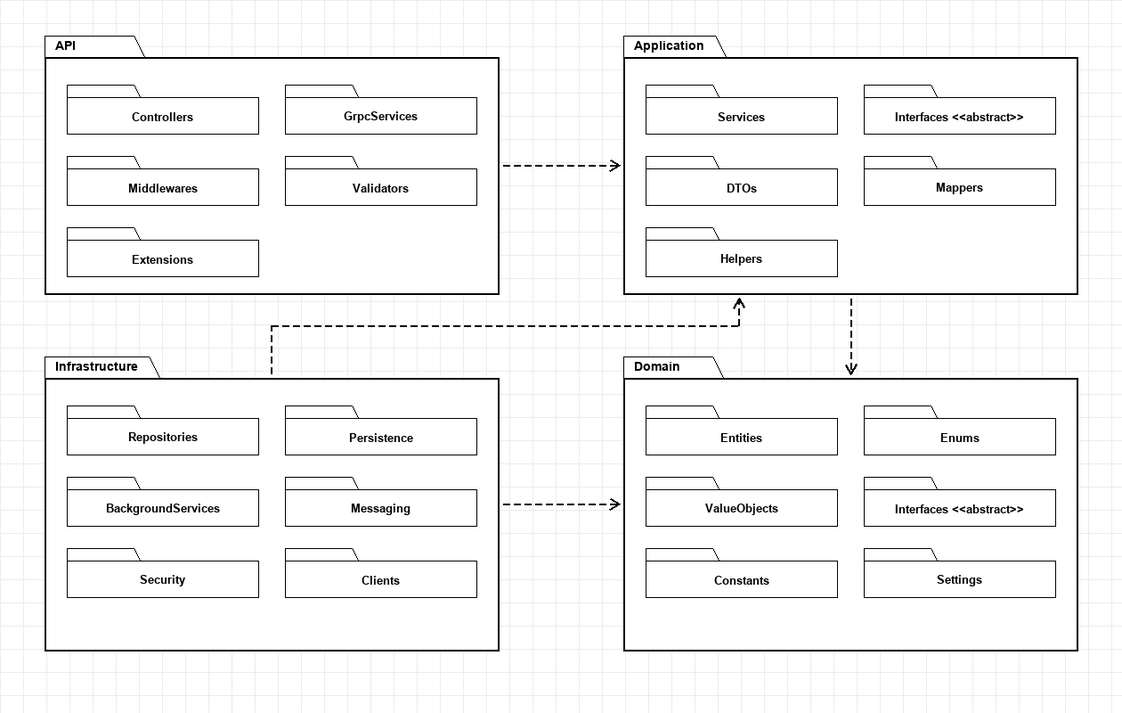
Earlier version of the PlantUML export .agents/resources/package diagram/backend-clean-architecture-package-diagram.png (WarpTalk-CapstoneProject/warptalk-backend). Its source is kept beside it as .agents/resources/package diagram/backend-clean-architecture-package-diagram.puml.
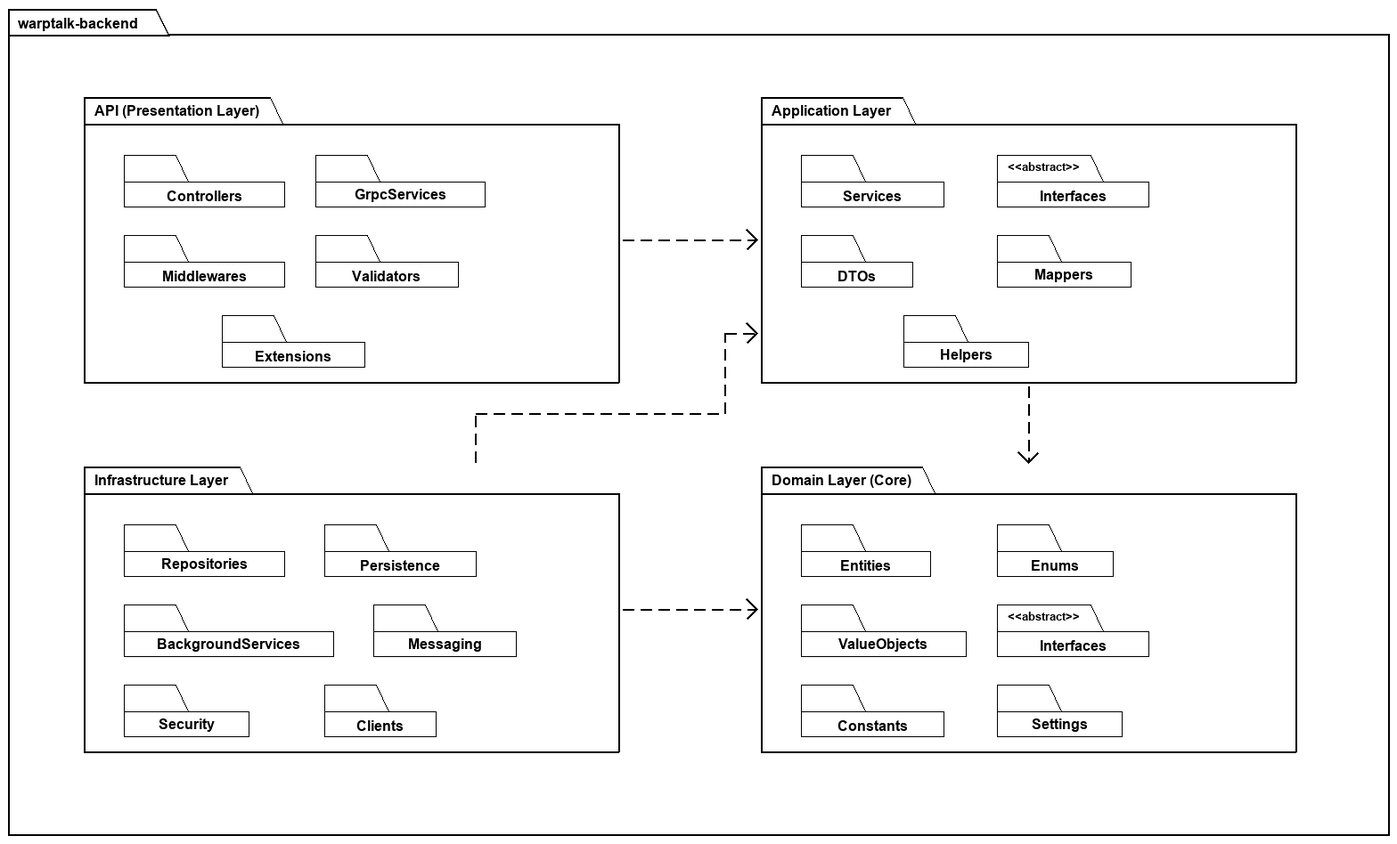
After the commit.

Diff of the diagram source:
```diff
@@ -1,5 +1,4 @@
 @startuml
-title Backend Clean Architecture Package Diagram
 
 left to right direction
 hide circle
@@ -16,43 +15,45 @@
 skinparam packageBorderColor Black
 skinparam ArrowColor Black
 
-package "API (Presentation Layer)" as API {
-  package Controllers
-  package GrpcServices
-  package Middlewares
-  package Validators
-  package Extensions
+package "warptalk-backend" as BackendRoot {
+  package "API (Presentation Layer)" as API {
+    package Controllers
+    package GrpcServices
+    package Middlewares
+    package Validators
+    package Extensions
+  }
+
+  package "Application Layer" as Application {
+    package Services
+    package "Interfaces <<abstract>>"
+    package DTOs
+    package Mappers
+    package Helpers
+  }
+
+  package "Domain Layer (Core)" as Domain {
+    package Entities
+    package Enums
+    package ValueObjects
+    package "Interfaces <<abstract>>"
+    package Constants
+    package Settings
+  }
+
+  package "Infrastructure Layer" as Infrastructure {
+    package Repositories
+    package Persistence
+    package BackgroundServices
+    package Messaging
+    package Security
+    package Clients
+  }
+
+  API ..> Application : depends on
+  Application ..> Domain : depends on
+  Infrastructure ..> Application : implements interfaces
+  Infrastructure ..> Domain : depends on
 }
 
-package "Application Layer" as Application {
-  package Services
-  package Interfaces
-  package DTOs
-  package Mappers
-  package Helpers
-}
-
-package "Domain Layer (Core)" as Domain {
-  package Entities
-  package Enums
-  package ValueObjects
-  package Interfaces as DomainInterfaces
-  package Constants
-  package Settings
-}
-
-package "Infrastructure Layer" as Infrastructure {
-  package Repositories
-  package Persistence
-  package BackgroundServices
-  package Messaging
-  package Security
-  package Clients
-}
-
-API ..> Application : depends on
-Application ..> Domain : depends on
-Infrastructure ..> Application : implements interfaces
-Infrastructure ..> Domain : depends on
-
 @enduml
```
